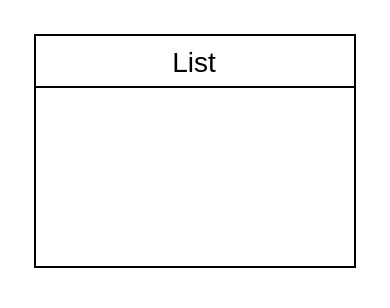
Earlier version of the draw.io diagram VENDEDORES-GRUPO11.drawio (Ailenmarina/Grupo11). Source tidied: cells renumbered, new cells numbered last; positions are measured from the earlier drawing's top-left corner, leaving out a move shared by most shapes. Both pictures are drawn from the tidied source at 200%, with x=0, y=0 at pixel (34, 34).
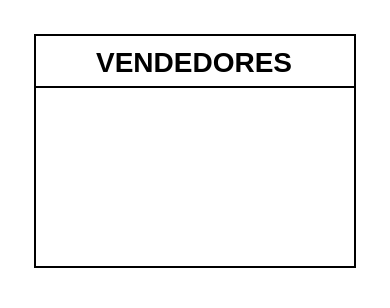
Above is the later version.

What changed in the source:
```diff
@@
 <mxGraphModel>
   <root>
     <mxCell id="0" />
     <mxCell id="1" parent="0" />
-    <mxCell id="2" value="List" style="swimlane;fontStyle=0;horizontal=1;startSize=26;align=center;fontSize=14;" parent="1" vertex="1">
+    <mxCell id="2" value="VENDEDORES" style="swimlane;fontStyle=1;horizontal=1;startSize=26;align=center;fontSize=14;" parent="1" vertex="1">
       <mxGeometry width="160" height="116" as="geometry" />
     </mxCell>
     <mxCell id="3" value="&amp;nbsp;&amp;nbsp;" style="text;strokeColor=none;fillColor=none;spacingLeft=4;spacingRight=4;overflow=hidden;fontSize=12;whiteSpace=wrap;html=1;" parent="2" vertex="1">
       <mxGeometry y="26" width="160" height="30" as="geometry" />
     </mxCell>
     <mxCell id="4" value="&amp;nbsp;&amp;nbsp;" style="text;strokeColor=none;fillColor=none;spacingLeft=4;spacingRight=4;overflow=hidden;fontSize=12;whiteSpace=wrap;html=1;" parent="2" vertex="1">
       <mxGeometry y="56" width="160" height="30" as="geometry" />
     </mxCell>
     <mxCell id="5" value="&amp;nbsp;&amp;nbsp;" style="text;strokeColor=none;fillColor=none;spacingLeft=4;spacingRight=4;overflow=hidden;fontSize=12;whiteSpace=wrap;html=1;" parent="2" vertex="1">
       <mxGeometry y="86" width="160" height="30" as="geometry" />
     </mxCell>
   </root>
 </mxGraphModel>
```
